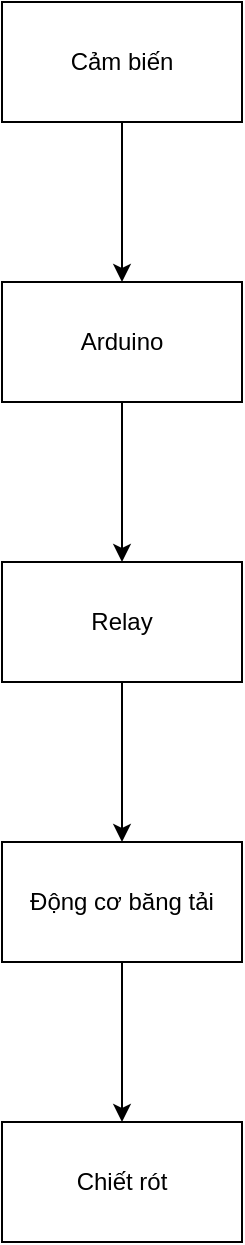
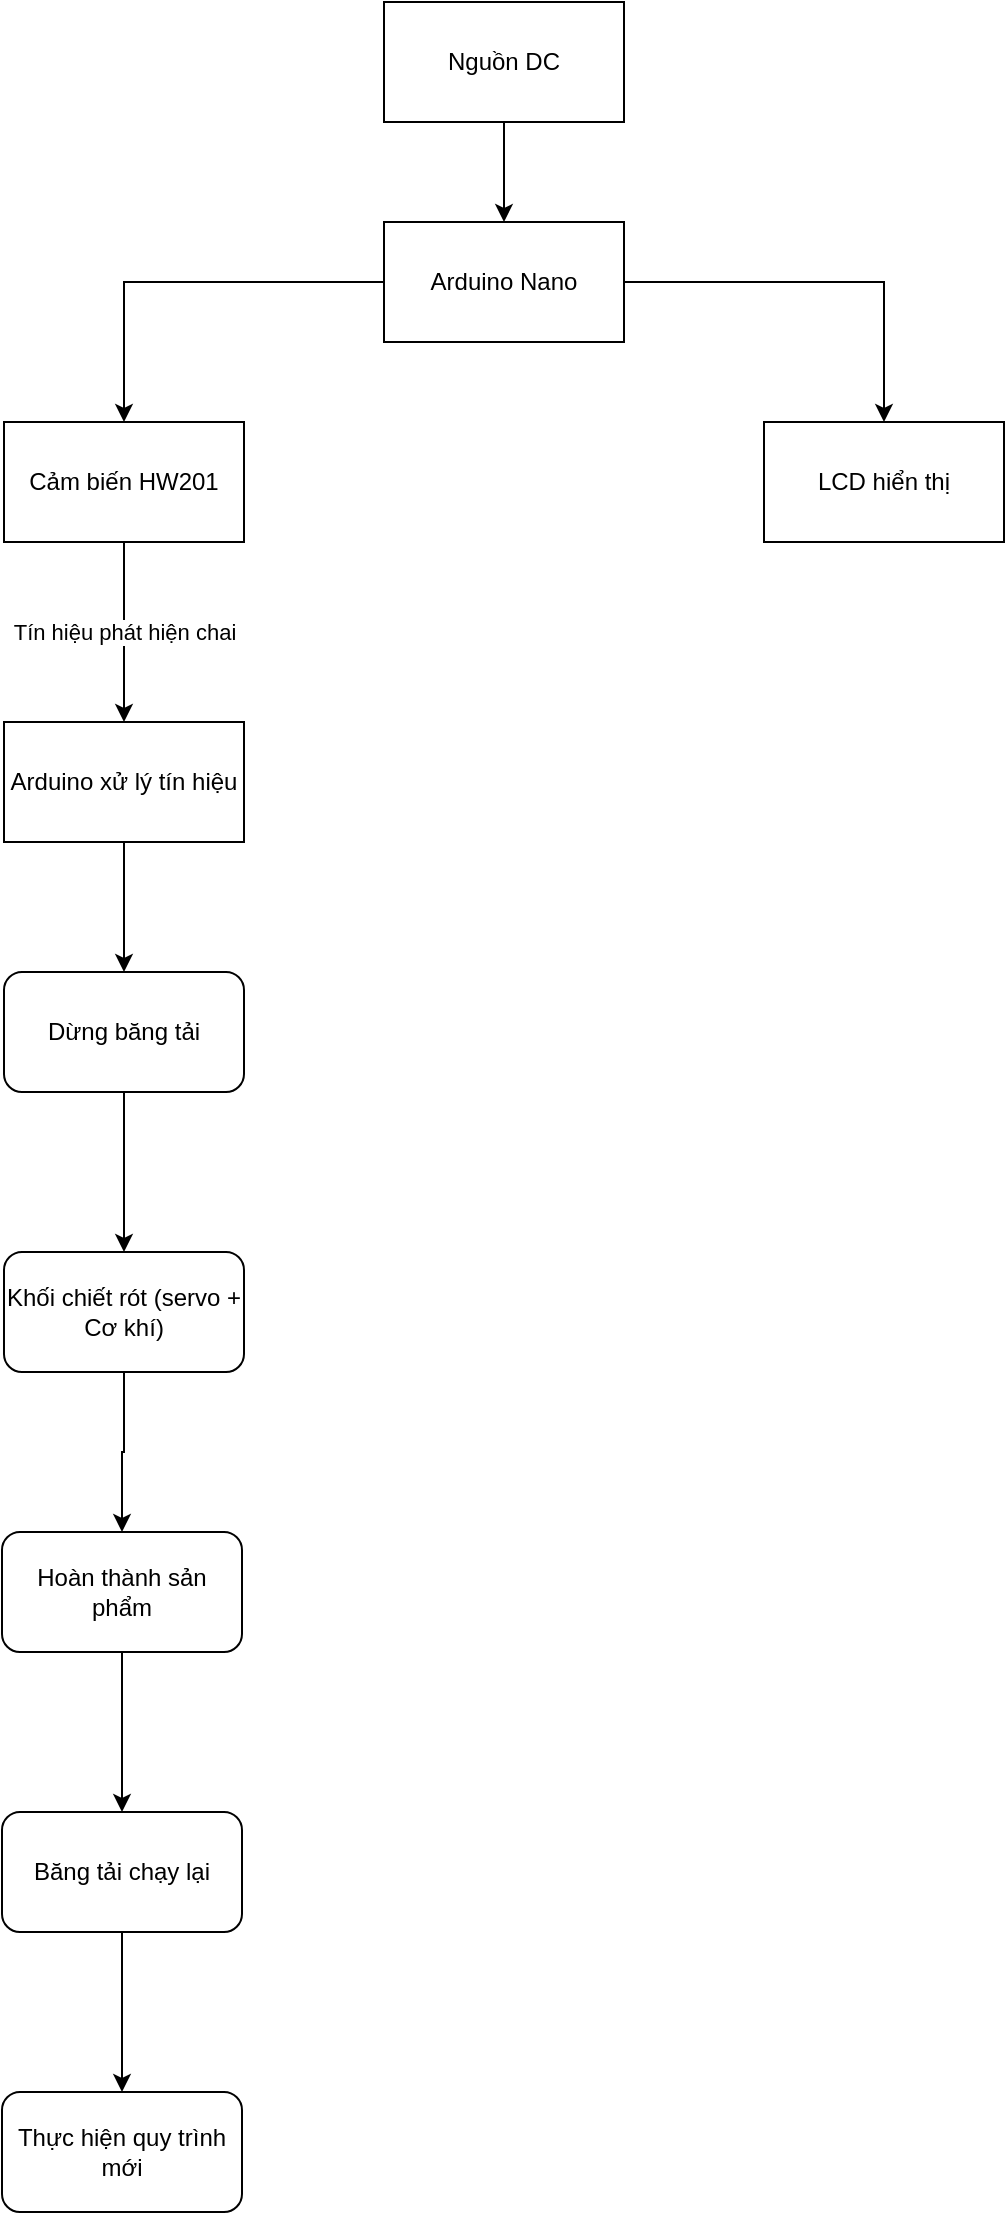
<mxfile host="app.diagrams.net">
-   <diagram name="Trang-1" id="9SenhETPhg4WQxfGtNG_">
-     <mxGraphModel dx="1201" dy="764" grid="1" gridSize="10" guides="1" tooltips="1" connect="1" arrows="1" fold="1" page="1" pageScale="1" pageWidth="827" pageHeight="1169" math="0" shadow="0">
+   <diagram name="Trang-1" id="gWta4PcVd55d8pUp-TFZ">
+     <mxGraphModel dx="1178" dy="648" grid="1" gridSize="10" guides="1" tooltips="1" connect="1" arrows="1" fold="1" page="1" pageScale="1" pageWidth="827" pageHeight="1169" math="0" shadow="0">
      <root>
        <mxCell id="0" />
        <mxCell id="1" parent="0" />
-         <mxCell id="sXHR1zcSd-XGqV7WCkEH-5" edge="1" parent="1" source="sXHR1zcSd-XGqV7WCkEH-1" style="edgeStyle=orthogonalEdgeStyle;rounded=0;orthogonalLoop=1;jettySize=auto;html=1;" target="sXHR1zcSd-XGqV7WCkEH-4" value="">
+         <mxCell id="jGcLwasvOQNRJWJJ0pUk-19" edge="1" parent="1" source="jGcLwasvOQNRJWJJ0pUk-17" style="edgeStyle=orthogonalEdgeStyle;rounded=0;orthogonalLoop=1;jettySize=auto;html=1;" target="jGcLwasvOQNRJWJJ0pUk-18" value="">
          <mxGeometry relative="1" as="geometry" />
        </mxCell>
-         <mxCell id="sXHR1zcSd-XGqV7WCkEH-1" parent="1" style="rounded=0;whiteSpace=wrap;html=1;" value="Cảm biến" vertex="1">
-           <mxGeometry height="60" width="120" x="354" y="170" as="geometry" />
+         <mxCell id="jGcLwasvOQNRJWJJ0pUk-17" parent="1" style="rounded=0;whiteSpace=wrap;html=1;" value="Nguồn DC" vertex="1">
+           <mxGeometry height="60" width="120" x="330" y="40" as="geometry" />
        </mxCell>
-         <mxCell id="sXHR1zcSd-XGqV7WCkEH-7" edge="1" parent="1" source="sXHR1zcSd-XGqV7WCkEH-4" style="edgeStyle=orthogonalEdgeStyle;rounded=0;orthogonalLoop=1;jettySize=auto;html=1;" target="sXHR1zcSd-XGqV7WCkEH-6" value="">
+         <mxCell id="jGcLwasvOQNRJWJJ0pUk-22" edge="1" parent="1" source="jGcLwasvOQNRJWJJ0pUk-18" style="edgeStyle=orthogonalEdgeStyle;rounded=0;orthogonalLoop=1;jettySize=auto;html=1;entryX=0.5;entryY=0;entryDx=0;entryDy=0;" target="jGcLwasvOQNRJWJJ0pUk-21">
          <mxGeometry relative="1" as="geometry" />
        </mxCell>
-         <mxCell id="sXHR1zcSd-XGqV7WCkEH-4" parent="1" style="whiteSpace=wrap;html=1;rounded=0;" value="Arduino" vertex="1">
-           <mxGeometry height="60" width="120" x="354" y="310" as="geometry" />
-         </mxCell>
-         <mxCell id="sXHR1zcSd-XGqV7WCkEH-9" edge="1" parent="1" source="sXHR1zcSd-XGqV7WCkEH-6" style="edgeStyle=orthogonalEdgeStyle;rounded=0;orthogonalLoop=1;jettySize=auto;html=1;" target="sXHR1zcSd-XGqV7WCkEH-8" value="">
+         <mxCell id="jGcLwasvOQNRJWJJ0pUk-23" edge="1" parent="1" source="jGcLwasvOQNRJWJJ0pUk-18" style="edgeStyle=orthogonalEdgeStyle;rounded=0;orthogonalLoop=1;jettySize=auto;html=1;entryX=0.5;entryY=0;entryDx=0;entryDy=0;" target="jGcLwasvOQNRJWJJ0pUk-20">
          <mxGeometry relative="1" as="geometry" />
        </mxCell>
-         <mxCell id="sXHR1zcSd-XGqV7WCkEH-6" parent="1" style="whiteSpace=wrap;html=1;rounded=0;" value="Relay" vertex="1">
-           <mxGeometry height="60" width="120" x="354" y="450" as="geometry" />
+         <mxCell id="jGcLwasvOQNRJWJJ0pUk-18" parent="1" style="whiteSpace=wrap;html=1;rounded=0;" value="Arduino Nano" vertex="1">
+           <mxGeometry height="60" width="120" x="330" y="150" as="geometry" />
        </mxCell>
-         <mxCell id="sXHR1zcSd-XGqV7WCkEH-11" edge="1" parent="1" source="sXHR1zcSd-XGqV7WCkEH-8" style="edgeStyle=orthogonalEdgeStyle;rounded=0;orthogonalLoop=1;jettySize=auto;html=1;" target="sXHR1zcSd-XGqV7WCkEH-10" value="">
+         <mxCell id="jGcLwasvOQNRJWJJ0pUk-20" parent="1" style="rounded=0;whiteSpace=wrap;html=1;" value="LCD hiển thị" vertex="1">
+           <mxGeometry height="60" width="120" x="520" y="250" as="geometry" />
+         </mxCell>
+         <mxCell id="jGcLwasvOQNRJWJJ0pUk-25" edge="1" parent="1" source="jGcLwasvOQNRJWJJ0pUk-21" style="edgeStyle=orthogonalEdgeStyle;rounded=0;orthogonalLoop=1;jettySize=auto;html=1;" target="jGcLwasvOQNRJWJJ0pUk-24" value="Tín hiệu phát hiện chai">
          <mxGeometry relative="1" as="geometry" />
        </mxCell>
-         <mxCell id="sXHR1zcSd-XGqV7WCkEH-8" parent="1" style="whiteSpace=wrap;html=1;rounded=0;" value="Động cơ băng tải" vertex="1">
-           <mxGeometry height="60" width="120" x="354" y="590" as="geometry" />
+         <mxCell id="jGcLwasvOQNRJWJJ0pUk-21" parent="1" style="rounded=0;whiteSpace=wrap;html=1;" value="Cảm biến HW201" vertex="1">
+           <mxGeometry height="60" width="120" x="140" y="250" as="geometry" />
        </mxCell>
-         <mxCell id="sXHR1zcSd-XGqV7WCkEH-10" parent="1" style="whiteSpace=wrap;html=1;rounded=0;" value="Chiết rót" vertex="1">
-           <mxGeometry height="60" width="120" x="354" y="730" as="geometry" />
+         <mxCell id="jGcLwasvOQNRJWJJ0pUk-26" edge="1" parent="1" source="jGcLwasvOQNRJWJJ0pUk-24" style="edgeStyle=orthogonalEdgeStyle;rounded=0;orthogonalLoop=1;jettySize=auto;html=1;" target="jGcLwasvOQNRJWJJ0pUk-28">
+           <mxGeometry relative="1" as="geometry">
+             <mxPoint x="200" y="469.9999999999998" as="targetPoint" />
+           </mxGeometry>
+         </mxCell>
+         <mxCell id="jGcLwasvOQNRJWJJ0pUk-24" parent="1" style="whiteSpace=wrap;html=1;rounded=0;" value="Arduino xử lý tín hiệu" vertex="1">
+           <mxGeometry height="60" width="120" x="140" y="400" as="geometry" />
+         </mxCell>
+         <mxCell id="jGcLwasvOQNRJWJJ0pUk-31" edge="1" parent="1" source="jGcLwasvOQNRJWJJ0pUk-28" style="edgeStyle=orthogonalEdgeStyle;rounded=0;orthogonalLoop=1;jettySize=auto;html=1;" target="jGcLwasvOQNRJWJJ0pUk-30" value="">
+           <mxGeometry relative="1" as="geometry" />
+         </mxCell>
+         <mxCell id="jGcLwasvOQNRJWJJ0pUk-28" parent="1" style="rounded=1;whiteSpace=wrap;html=1;" value="Dừng băng tải" vertex="1">
+           <mxGeometry height="60" width="120" x="140" y="525" as="geometry" />
+         </mxCell>
+         <mxCell id="jGcLwasvOQNRJWJJ0pUk-33" edge="1" parent="1" source="jGcLwasvOQNRJWJJ0pUk-30" style="edgeStyle=orthogonalEdgeStyle;rounded=0;orthogonalLoop=1;jettySize=auto;html=1;" target="jGcLwasvOQNRJWJJ0pUk-32" value="">
+           <mxGeometry relative="1" as="geometry" />
+         </mxCell>
+         <mxCell id="jGcLwasvOQNRJWJJ0pUk-30" parent="1" style="whiteSpace=wrap;html=1;rounded=1;" value="Khối chiết rót (servo + Cơ khí)" vertex="1">
+           <mxGeometry height="60" width="120" x="140" y="665" as="geometry" />
+         </mxCell>
+         <mxCell id="jGcLwasvOQNRJWJJ0pUk-35" edge="1" parent="1" source="jGcLwasvOQNRJWJJ0pUk-32" style="edgeStyle=orthogonalEdgeStyle;rounded=0;orthogonalLoop=1;jettySize=auto;html=1;" target="jGcLwasvOQNRJWJJ0pUk-34" value="">
+           <mxGeometry relative="1" as="geometry" />
+         </mxCell>
+         <mxCell id="jGcLwasvOQNRJWJJ0pUk-32" parent="1" style="whiteSpace=wrap;html=1;rounded=1;" value="Hoàn thành sản phẩm" vertex="1">
+           <mxGeometry height="60" width="120" x="139" y="805" as="geometry" />
+         </mxCell>
+         <mxCell id="jGcLwasvOQNRJWJJ0pUk-37" edge="1" parent="1" source="jGcLwasvOQNRJWJJ0pUk-34" style="edgeStyle=orthogonalEdgeStyle;rounded=0;orthogonalLoop=1;jettySize=auto;html=1;" target="jGcLwasvOQNRJWJJ0pUk-36" value="">
+           <mxGeometry relative="1" as="geometry" />
+         </mxCell>
+         <mxCell id="jGcLwasvOQNRJWJJ0pUk-34" parent="1" style="whiteSpace=wrap;html=1;rounded=1;" value="Băng tải chạy lại" vertex="1">
+           <mxGeometry height="60" width="120" x="139" y="945" as="geometry" />
+         </mxCell>
+         <mxCell id="jGcLwasvOQNRJWJJ0pUk-36" parent="1" style="whiteSpace=wrap;html=1;rounded=1;" value="Thực hiện quy trình mới" vertex="1">
+           <mxGeometry height="60" width="120" x="139" y="1085" as="geometry" />
        </mxCell>
      </root>
    </mxGraphModel>
  </diagram>
</mxfile>
